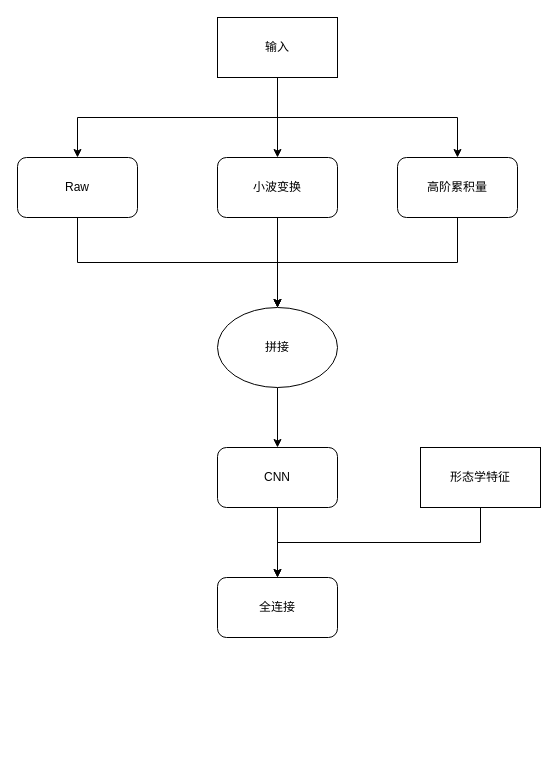
The draw.io diagram multi-channel-model.drawio in WensonLuo/Drowio, before the edit. Source tidied: cells renumbered, new cells numbered last; positions are measured from the earlier drawing's top-left corner, leaving out a move shared by most shapes. Both pictures are drawn from the tidied source at 100%, with x=0, y=0 at pixel (17, 17).
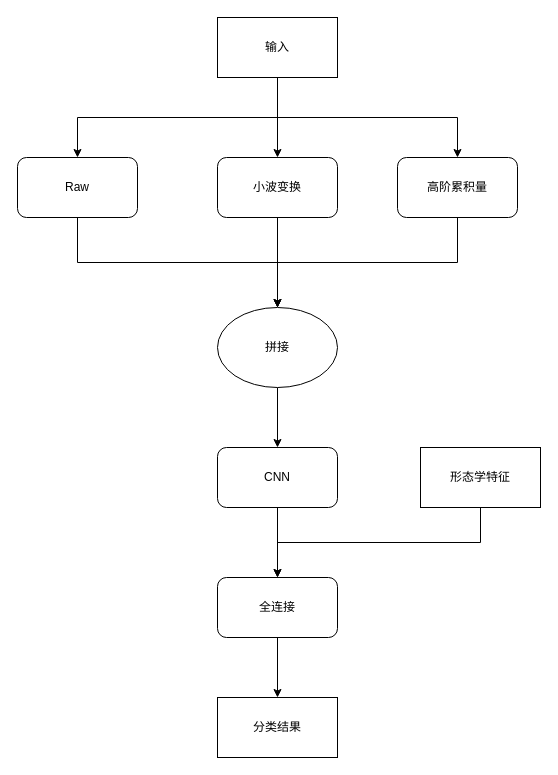
Above is the later version.

The change refers to these unchanged cells:
```xml
<mxCell id="16" value="全连接" style="rounded=1;whiteSpace=wrap;html=1;gradientColor=none;" parent="1" vertex="1">
  <mxGeometry x="200" y="560" width="120" height="60" as="geometry" />
</mxCell>
```

What changed in the source:
```diff
@@
+    <mxCell id="19" style="edgeStyle=orthogonalEdgeStyle;rounded=0;jettySize=auto;html=1;exitX=0.5;exitY=1;exitDx=0;exitDy=0;entryX=0.5;entryY=0;entryDx=0;entryDy=0;" parent="1" edge="1" source="16" target="20">
+      <mxGeometry relative="1" as="geometry" />
+    </mxCell>
@@
+    <mxCell id="20" value="分类结果" style="rounded=0;whiteSpace=wrap;html=1;gradientColor=none;" parent="1" vertex="1">
+      <mxGeometry x="200" y="680" width="120" height="60" as="geometry" />
+    </mxCell>
```
